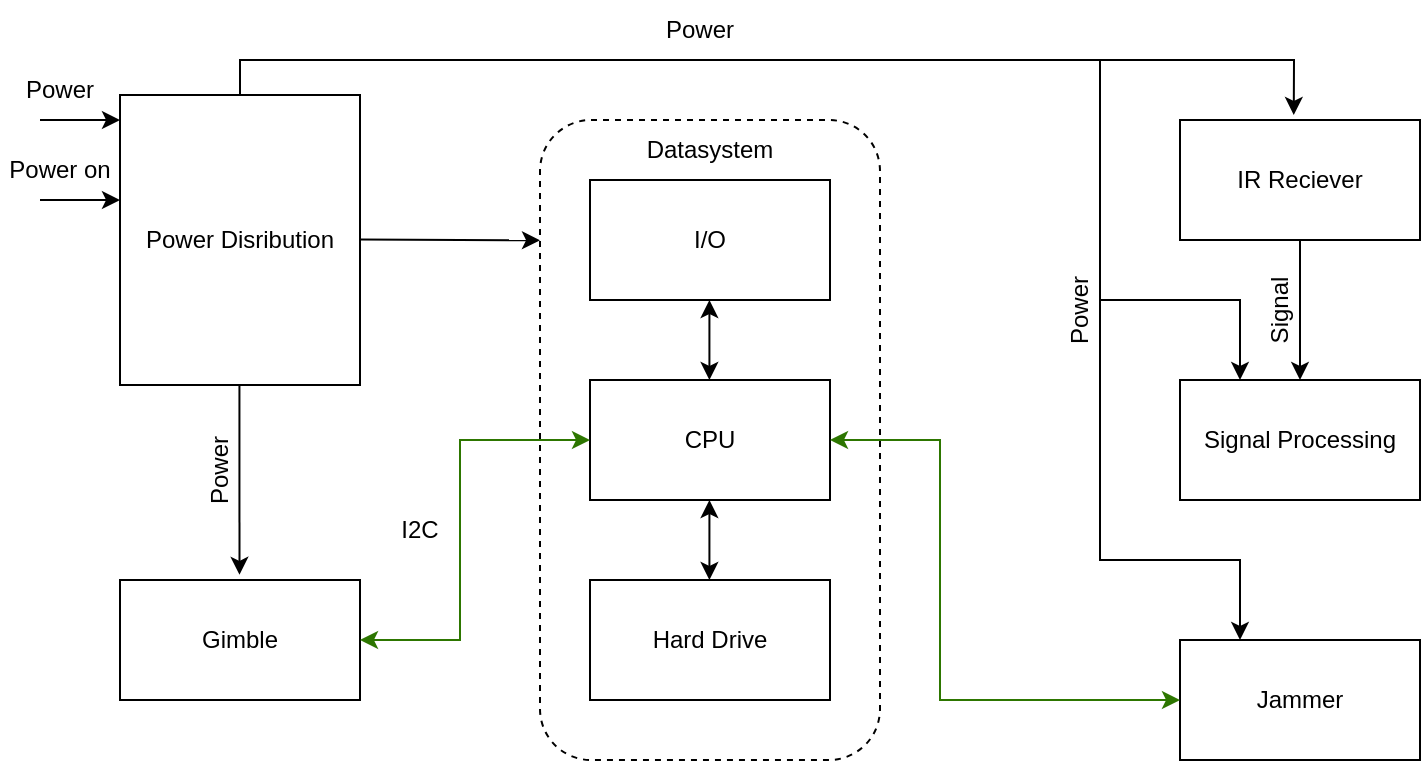
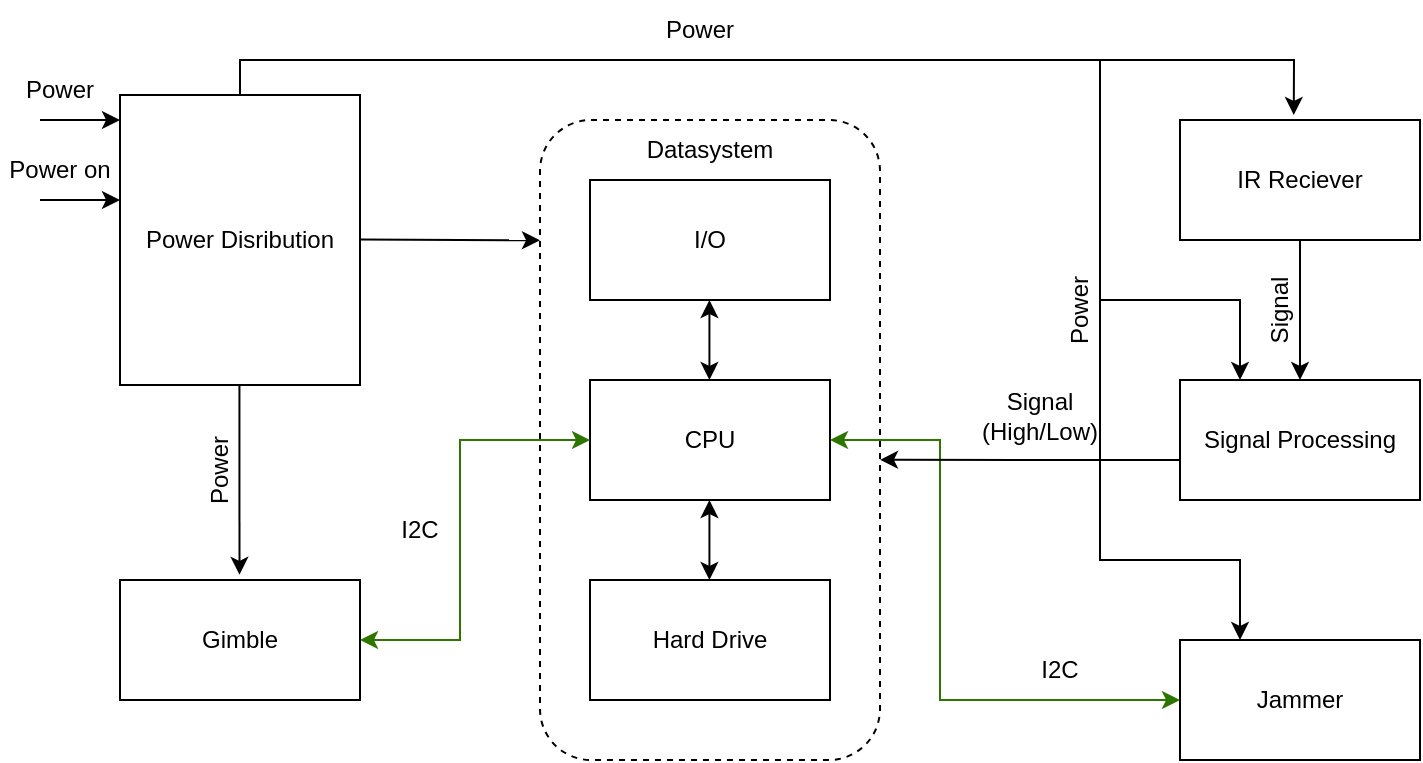
<mxfile host="Electron">
  <diagram name="Page-1" id="EdvxR_YDTkSEgY9-E4B7">
-     <mxGraphModel dx="1399" dy="820" grid="1" gridSize="10" guides="1" tooltips="1" connect="1" arrows="1" fold="1" page="1" pageScale="1" pageWidth="850" pageHeight="1100" math="0" shadow="0">
+     <mxGraphModel dx="438" dy="333" grid="1" gridSize="10" guides="1" tooltips="1" connect="1" arrows="1" fold="1" page="1" pageScale="1" pageWidth="850" pageHeight="1100" math="0" shadow="0">
      <root>
        <mxCell id="0" />
        <mxCell id="1" parent="0" />
        <mxCell id="tmJjNyCJ9mza1xLFQBuX-1" parent="1" style="rounded=1;whiteSpace=wrap;html=1;dashed=1;" value="" vertex="1">
          <mxGeometry height="320" width="170" x="280" y="220" as="geometry" />
        </mxCell>
        <mxCell id="tmJjNyCJ9mza1xLFQBuX-2" parent="1" style="text;html=1;whiteSpace=wrap;strokeColor=none;fillColor=none;align=center;verticalAlign=middle;rounded=0;" value="Datasystem" vertex="1">
          <mxGeometry height="30" width="60" x="335" y="220" as="geometry" />
        </mxCell>
        <mxCell id="tmJjNyCJ9mza1xLFQBuX-3" parent="1" style="rounded=0;whiteSpace=wrap;html=1;" value="I/O" vertex="1">
          <mxGeometry height="60" width="120" x="305" y="250" as="geometry" />
        </mxCell>
        <mxCell id="tmJjNyCJ9mza1xLFQBuX-4" parent="1" style="rounded=0;whiteSpace=wrap;html=1;" value="Hard Drive" vertex="1">
          <mxGeometry height="60" width="120" x="305" y="450" as="geometry" />
        </mxCell>
        <mxCell id="tmJjNyCJ9mza1xLFQBuX-5" parent="1" style="rounded=0;whiteSpace=wrap;html=1;" value="CPU" vertex="1">
          <mxGeometry height="60" width="120" x="305" y="350" as="geometry" />
        </mxCell>
        <mxCell id="tmJjNyCJ9mza1xLFQBuX-8" edge="1" parent="1" style="endArrow=classic;startArrow=classic;html=1;rounded=0;" value="">
          <mxGeometry height="50" relative="1" width="50" as="geometry">
            <mxPoint x="364.71000000000004" y="350" as="sourcePoint" />
            <mxPoint x="364.71000000000004" y="310" as="targetPoint" />
          </mxGeometry>
        </mxCell>
        <mxCell id="tmJjNyCJ9mza1xLFQBuX-9" edge="1" parent="1" style="endArrow=classic;startArrow=classic;html=1;rounded=0;" value="">
          <mxGeometry height="50" relative="1" width="50" as="geometry">
            <mxPoint x="364.71000000000004" y="450" as="sourcePoint" />
            <mxPoint x="364.71000000000004" y="410" as="targetPoint" />
          </mxGeometry>
        </mxCell>
        <mxCell id="tmJjNyCJ9mza1xLFQBuX-11" parent="1" style="rounded=0;whiteSpace=wrap;html=1;" value="Gimble" vertex="1">
          <mxGeometry height="60" width="120" x="70" y="450" as="geometry" />
        </mxCell>
        <mxCell id="tmJjNyCJ9mza1xLFQBuX-12" parent="1" style="whiteSpace=wrap;html=1;" value="IR Reciever" vertex="1">
          <mxGeometry height="60" width="120" x="600" y="220" as="geometry" />
        </mxCell>
        <mxCell id="tmJjNyCJ9mza1xLFQBuX-16" parent="1" style="rounded=0;whiteSpace=wrap;html=1;" value="Signal Processing" vertex="1">
          <mxGeometry height="60" width="120" x="600" y="350" as="geometry" />
        </mxCell>
        <mxCell id="tmJjNyCJ9mza1xLFQBuX-18" parent="1" style="rounded=0;whiteSpace=wrap;html=1;" value="Jammer" vertex="1">
          <mxGeometry height="60" width="120" x="600" y="480" as="geometry" />
        </mxCell>
        <mxCell id="tmJjNyCJ9mza1xLFQBuX-25" parent="1" style="whiteSpace=wrap;html=1;" value="Power Disribution" vertex="1">
          <mxGeometry height="145" width="120" x="70" y="207.5" as="geometry" />
        </mxCell>
        <mxCell id="tmJjNyCJ9mza1xLFQBuX-26" edge="1" parent="1" style="endArrow=classic;startArrow=classic;html=1;rounded=0;entryX=0;entryY=0.5;entryDx=0;entryDy=0;fillColor=#60a917;strokeColor=#2D7600;" target="tmJjNyCJ9mza1xLFQBuX-5" value="">
          <mxGeometry height="50" relative="1" width="50" as="geometry">
            <Array as="points">
              <mxPoint x="240" y="480" />
              <mxPoint x="240" y="380" />
            </Array>
            <mxPoint x="190" y="480" as="sourcePoint" />
            <mxPoint x="240" y="380" as="targetPoint" />
          </mxGeometry>
        </mxCell>
        <mxCell id="tmJjNyCJ9mza1xLFQBuX-27" edge="1" parent="1" style="endArrow=classic;html=1;rounded=0;entryX=0.417;entryY=-0.043;entryDx=0;entryDy=0;entryPerimeter=0;strokeColor=light-dark(#000000,#FF3333);" value="">
          <mxGeometry height="50" relative="1" width="50" as="geometry">
            <mxPoint x="129.71" y="352.5" as="sourcePoint" />
            <mxPoint x="129.74999999999997" y="447.41999999999985" as="targetPoint" />
          </mxGeometry>
        </mxCell>
        <mxCell id="tmJjNyCJ9mza1xLFQBuX-30" edge="1" parent="1" style="endArrow=classic;html=1;rounded=0;strokeColor=light-dark(#000000,#FF0000);" value="">
          <mxGeometry height="50" relative="1" width="50" as="geometry">
            <mxPoint x="30" y="220" as="sourcePoint" />
            <mxPoint x="70" y="220" as="targetPoint" />
          </mxGeometry>
        </mxCell>
        <mxCell id="tmJjNyCJ9mza1xLFQBuX-31" parent="1" style="text;html=1;whiteSpace=wrap;strokeColor=none;fillColor=none;align=center;verticalAlign=middle;rounded=0;" value="Power" vertex="1">
          <mxGeometry height="30" width="60" x="10" y="190" as="geometry" />
        </mxCell>
        <mxCell id="tmJjNyCJ9mza1xLFQBuX-32" edge="1" parent="1" style="endArrow=classic;html=1;rounded=0;strokeColor=light-dark(#000000,#FF0000);" value="">
          <mxGeometry height="50" relative="1" width="50" as="geometry">
            <mxPoint x="30" y="260" as="sourcePoint" />
            <mxPoint x="70" y="260" as="targetPoint" />
          </mxGeometry>
        </mxCell>
        <mxCell id="tmJjNyCJ9mza1xLFQBuX-33" parent="1" style="text;html=1;whiteSpace=wrap;strokeColor=none;fillColor=none;align=center;verticalAlign=middle;rounded=0;" value="Power on" vertex="1">
          <mxGeometry height="30" width="60" x="10" y="230" as="geometry" />
        </mxCell>
        <mxCell id="tmJjNyCJ9mza1xLFQBuX-34" edge="1" parent="1" style="endArrow=classic;html=1;rounded=0;strokeColor=light-dark(#000000,#FF0000);entryX=0;entryY=0.188;entryDx=0;entryDy=0;entryPerimeter=0;" target="tmJjNyCJ9mza1xLFQBuX-1" value="">
          <mxGeometry height="50" relative="1" width="50" as="geometry">
            <mxPoint x="190" y="279.77" as="sourcePoint" />
            <mxPoint x="230" y="279.77" as="targetPoint" />
          </mxGeometry>
        </mxCell>
        <mxCell id="tmJjNyCJ9mza1xLFQBuX-35" edge="1" parent="1" source="tmJjNyCJ9mza1xLFQBuX-25" style="endArrow=classic;html=1;rounded=0;strokeColor=light-dark(#000000,#FF0000);exitX=0.5;exitY=0;exitDx=0;exitDy=0;entryX=0.474;entryY=-0.042;entryDx=0;entryDy=0;entryPerimeter=0;" target="tmJjNyCJ9mza1xLFQBuX-12" value="">
          <mxGeometry height="50" relative="1" width="50" as="geometry">
            <Array as="points">
              <mxPoint x="130" y="190" />
              <mxPoint x="657" y="190" />
            </Array>
            <mxPoint x="280" y="170" as="sourcePoint" />
            <mxPoint x="660" y="180" as="targetPoint" />
          </mxGeometry>
        </mxCell>
        <mxCell id="tmJjNyCJ9mza1xLFQBuX-36" edge="1" parent="1" style="endArrow=classic;html=1;rounded=0;strokeColor=light-dark(#000000,#FF0000);entryX=0.25;entryY=0;entryDx=0;entryDy=0;" target="tmJjNyCJ9mza1xLFQBuX-16" value="">
          <mxGeometry height="50" relative="1" width="50" as="geometry">
            <Array as="points">
              <mxPoint x="560" y="310" />
              <mxPoint x="630" y="310" />
            </Array>
            <mxPoint x="560" y="190" as="sourcePoint" />
            <mxPoint x="560" y="310" as="targetPoint" />
          </mxGeometry>
        </mxCell>
        <mxCell id="tmJjNyCJ9mza1xLFQBuX-37" edge="1" parent="1" style="endArrow=classic;html=1;rounded=0;strokeColor=light-dark(#000000,#FF0000);entryX=0.25;entryY=0;entryDx=0;entryDy=0;" target="tmJjNyCJ9mza1xLFQBuX-18" value="">
          <mxGeometry height="50" relative="1" width="50" as="geometry">
            <Array as="points">
              <mxPoint x="560" y="440" />
              <mxPoint x="630" y="440" />
            </Array>
            <mxPoint x="560" y="300" as="sourcePoint" />
            <mxPoint x="610" y="380" as="targetPoint" />
          </mxGeometry>
        </mxCell>
        <mxCell id="tmJjNyCJ9mza1xLFQBuX-38" parent="1" style="text;html=1;whiteSpace=wrap;strokeColor=none;fillColor=none;align=center;verticalAlign=middle;rounded=0;" value="Power" vertex="1">
          <mxGeometry height="30" width="60" x="330" y="160" as="geometry" />
        </mxCell>
        <mxCell id="tmJjNyCJ9mza1xLFQBuX-39" parent="1" style="text;html=1;whiteSpace=wrap;strokeColor=none;fillColor=none;align=center;verticalAlign=middle;rounded=0;rotation=-90;" value="Power" vertex="1">
          <mxGeometry height="30" width="60" x="520" y="300" as="geometry" />
        </mxCell>
        <mxCell id="tmJjNyCJ9mza1xLFQBuX-40" parent="1" style="text;html=1;whiteSpace=wrap;strokeColor=none;fillColor=none;align=center;verticalAlign=middle;rounded=0;rotation=-90;" value="Power" vertex="1">
          <mxGeometry height="30" width="60" x="90" y="380" as="geometry" />
        </mxCell>
        <mxCell id="tmJjNyCJ9mza1xLFQBuX-41" parent="1" style="text;html=1;whiteSpace=wrap;strokeColor=none;fillColor=none;align=center;verticalAlign=middle;rounded=0;" value="I2C" vertex="1">
          <mxGeometry height="30" width="60" x="190" y="410" as="geometry" />
        </mxCell>
        <mxCell id="tmJjNyCJ9mza1xLFQBuX-42" edge="1" parent="1" style="endArrow=classic;html=1;rounded=0;entryX=0.5;entryY=0;entryDx=0;entryDy=0;" target="tmJjNyCJ9mza1xLFQBuX-16" value="">
          <mxGeometry height="50" relative="1" width="50" as="geometry">
            <mxPoint x="660" y="280" as="sourcePoint" />
            <mxPoint x="710" y="230" as="targetPoint" />
          </mxGeometry>
        </mxCell>
        <mxCell id="tmJjNyCJ9mza1xLFQBuX-43" parent="1" style="text;html=1;whiteSpace=wrap;strokeColor=none;fillColor=none;align=center;verticalAlign=middle;rounded=0;rotation=-90;" value="Signal" vertex="1">
          <mxGeometry height="30" width="60" x="620" y="300" as="geometry" />
        </mxCell>
        <mxCell id="tmJjNyCJ9mza1xLFQBuX-44" edge="1" parent="1" source="tmJjNyCJ9mza1xLFQBuX-18" style="endArrow=classic;startArrow=classic;html=1;rounded=0;entryX=0;entryY=0.5;entryDx=0;entryDy=0;fillColor=#60a917;strokeColor=#2D7600;exitX=0;exitY=0.5;exitDx=0;exitDy=0;" value="">
          <mxGeometry height="50" relative="1" width="50" as="geometry">
            <Array as="points">
              <mxPoint x="480" y="510" />
              <mxPoint x="480" y="380" />
            </Array>
            <mxPoint x="540" y="480" as="sourcePoint" />
            <mxPoint x="425" y="380" as="targetPoint" />
          </mxGeometry>
        </mxCell>
+         <mxCell id="L0g2y2tvlDgwyxZ1xTIQ-1" edge="1" parent="1" style="endArrow=classic;html=1;rounded=0;exitX=0;exitY=0.5;exitDx=0;exitDy=0;entryX=1;entryY=0.531;entryDx=0;entryDy=0;entryPerimeter=0;" target="tmJjNyCJ9mza1xLFQBuX-1" value="">
+           <mxGeometry height="50" relative="1" width="50" as="geometry">
+             <mxPoint x="600" y="390" as="sourcePoint" />
+             <mxPoint x="580" y="350" as="targetPoint" />
+           </mxGeometry>
+         </mxCell>
+         <mxCell id="L0g2y2tvlDgwyxZ1xTIQ-2" parent="1" style="text;html=1;whiteSpace=wrap;strokeColor=none;fillColor=none;align=center;verticalAlign=middle;rounded=0;" value="Signal (High/Low)" vertex="1">
+           <mxGeometry height="30" width="60" x="500" y="352.5" as="geometry" />
+         </mxCell>
+         <mxCell id="L0g2y2tvlDgwyxZ1xTIQ-3" parent="1" style="text;html=1;whiteSpace=wrap;strokeColor=none;fillColor=none;align=center;verticalAlign=middle;rounded=0;" value="I2C" vertex="1">
+           <mxGeometry height="30" width="60" x="510" y="480" as="geometry" />
+         </mxCell>
      </root>
    </mxGraphModel>
  </diagram>
</mxfile>
